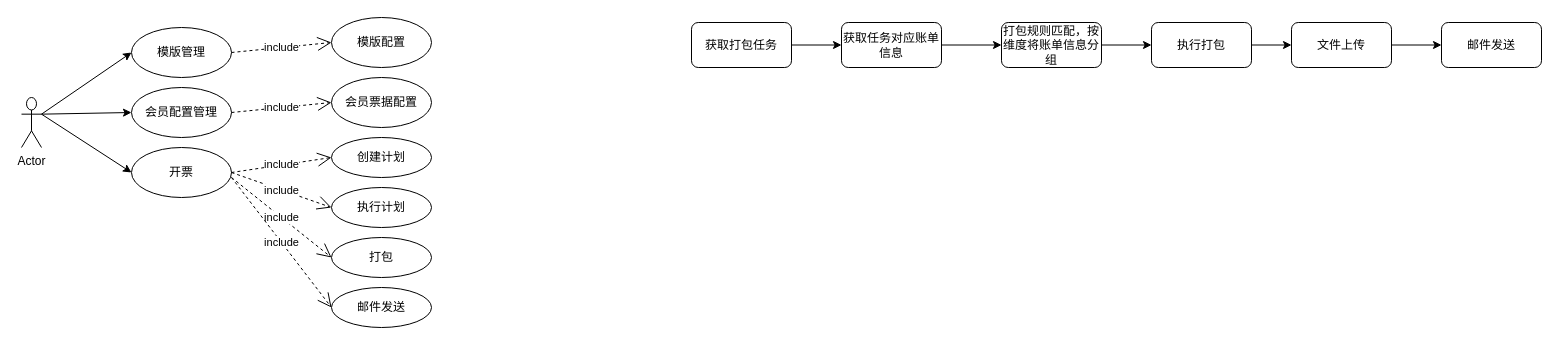
littleDagron/Helloworld keeps this draw.io diagram as page "第 3 页" (3 of 3) of 未命名绘图.drawio. Above is the earlier version. Source tidied: cells renumbered, new cells numbered last; positions are measured from the earlier drawing's top-left corner, leaving out a move shared by most shapes. Both pictures are drawn from the tidied source at 100%, with x=0, y=0 at pixel (21, 17).
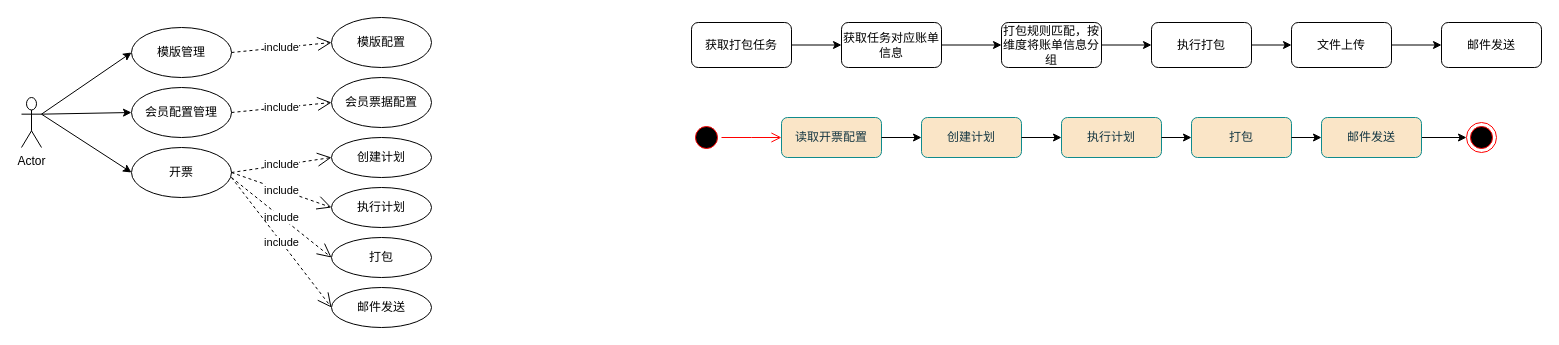
The same diagram, later.

Commit message:
更新未命名绘图.drawio

What changed in the source:
```diff
@@
+    <mxCell id="32" style="group;" parent="1" vertex="1">
+      <mxGeometry x="670" y="100" width="805" height="40" as="geometry" />
+    </mxCell>
+    <mxCell id="33" style="ellipse;html=1;shape=endState;fillColor=#000000;strokeColor=#ff0000;" parent="32" vertex="1">
+      <mxGeometry x="775" y="5" width="30" height="30" as="geometry" />
+    </mxCell>
+    <mxCell id="34" style="ellipse;html=1;shape=startState;fillColor=#000000;strokeColor=#ff0000;" parent="32" vertex="1">
+      <mxGeometry y="5" width="30" height="30" as="geometry" />
+    </mxCell>
+    <mxCell id="35" style="edgeStyle=orthogonalEdgeStyle;html=1;verticalAlign=bottom;endArrow=open;endSize=8;strokeColor=#ff0000;rounded=0;" parent="32" edge="1" source="34">
+      <mxGeometry relative="1" as="geometry">
+        <mxPoint x="90" y="20" as="targetPoint" />
+      </mxGeometry>
+    </mxCell>
+    <mxCell id="36" value="读取开票配置" style="rounded=1;whiteSpace=wrap;html=1;strokeColor=#0F8B8D;fontColor=#143642;fillColor=#FAE5C7;" parent="32" vertex="1">
+      <mxGeometry x="90" width="100" height="40" as="geometry" />
+    </mxCell>
+    <mxCell id="37" value="创建计划" style="rounded=1;whiteSpace=wrap;html=1;strokeColor=#0F8B8D;fontColor=#143642;fillColor=#FAE5C7;" parent="32" vertex="1">
+      <mxGeometry x="230" width="100" height="40" as="geometry" />
+    </mxCell>
+    <mxCell id="38" style="edgeStyle=orthogonalEdgeStyle;rounded=0;jettySize=auto;html=1;exitX=1;exitY=0.5;exitDx=0;exitDy=0;entryX=0;entryY=0.5;entryDx=0;entryDy=0;" parent="32" edge="1" source="36" target="37">
+      <mxGeometry relative="1" as="geometry" />
+    </mxCell>
+    <mxCell id="39" value="执行计划" style="rounded=1;whiteSpace=wrap;html=1;strokeColor=#0F8B8D;fontColor=#143642;fillColor=#FAE5C7;" parent="32" vertex="1">
+      <mxGeometry x="370" width="100" height="40" as="geometry" />
+    </mxCell>
+    <mxCell id="40" style="edgeStyle=orthogonalEdgeStyle;rounded=0;jettySize=auto;html=1;exitX=1;exitY=0.5;exitDx=0;exitDy=0;entryX=0;entryY=0.5;entryDx=0;entryDy=0;" parent="32" edge="1" source="37" target="39">
+      <mxGeometry relative="1" as="geometry" />
+    </mxCell>
+    <mxCell id="41" value="打包" style="rounded=1;whiteSpace=wrap;html=1;strokeColor=#0F8B8D;fontColor=#143642;fillColor=#FAE5C7;" parent="32" vertex="1">
+      <mxGeometry x="500" width="100" height="40" as="geometry" />
+    </mxCell>
+    <mxCell id="42" style="edgeStyle=orthogonalEdgeStyle;rounded=0;jettySize=auto;html=1;exitX=1;exitY=0.5;exitDx=0;exitDy=0;entryX=0;entryY=0.5;entryDx=0;entryDy=0;" parent="32" edge="1" source="39" target="41">
+      <mxGeometry relative="1" as="geometry" />
+    </mxCell>
+    <mxCell id="43" style="edgeStyle=orthogonalEdgeStyle;rounded=0;jettySize=auto;html=1;exitX=1;exitY=0.5;exitDx=0;exitDy=0;entryX=0;entryY=0.5;entryDx=0;entryDy=0;" parent="32" edge="1" source="44" target="33">
+      <mxGeometry relative="1" as="geometry" />
+    </mxCell>
+    <mxCell id="44" value="邮件发送" style="rounded=1;whiteSpace=wrap;html=1;strokeColor=#0F8B8D;fontColor=#143642;fillColor=#FAE5C7;" parent="32" vertex="1">
+      <mxGeometry x="630" width="100" height="40" as="geometry" />
+    </mxCell>
+    <mxCell id="45" style="edgeStyle=orthogonalEdgeStyle;rounded=0;jettySize=auto;html=1;exitX=1;exitY=0.5;exitDx=0;exitDy=0;" parent="32" edge="1" source="41" target="44">
+      <mxGeometry relative="1" as="geometry" />
+    </mxCell>
```
